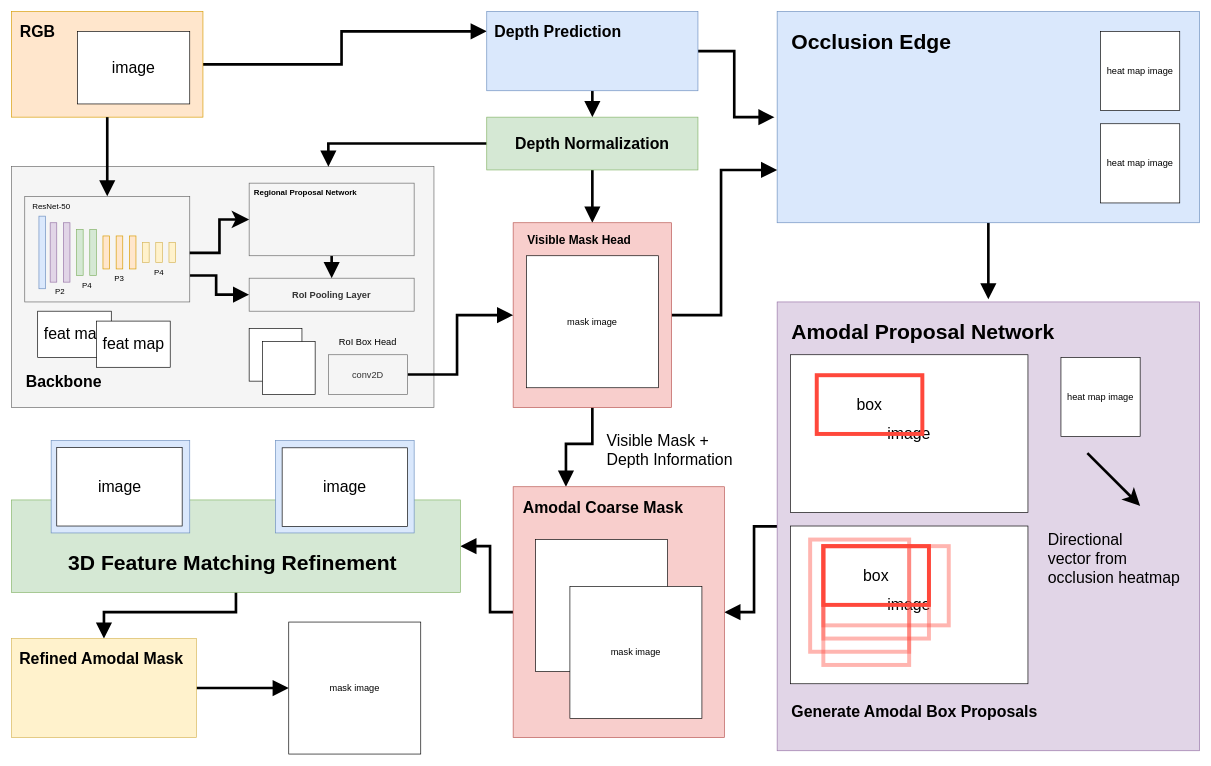
JingchengYang4/DAIS keeps this draw.io diagram as results/pipeline.drawio. Above is the earlier version. Source tidied: cells renumbered, new cells numbered last; positions are measured from the earlier drawing's top-left corner, leaving out a move shared by most shapes. Both pictures are drawn from the tidied source at 66%, with x=0, y=0 at pixel (11, 11).
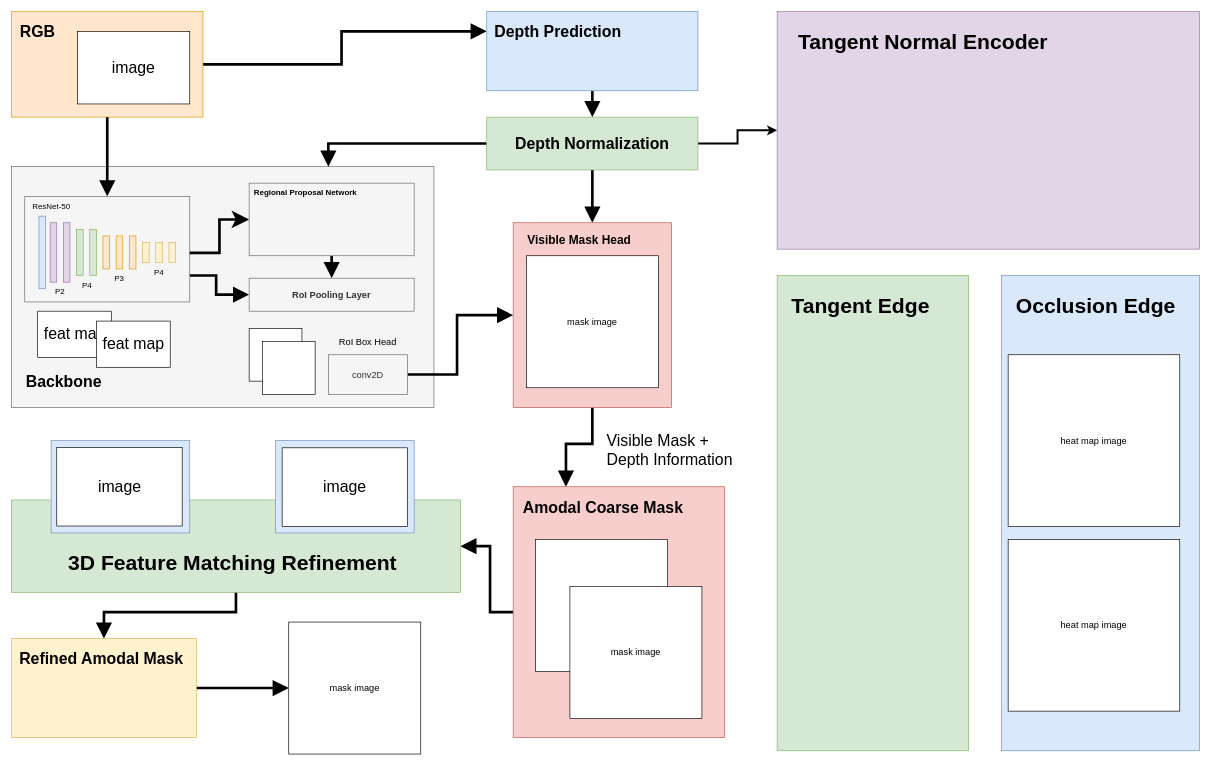
After the change.

Unchanged cells that the change refers to:
```xml
<mxCell id="6" style="rounded=0;whiteSpace=wrap;html=1;fillColor=#dae8fc;strokeColor=#6c8ebf;" parent="1" vertex="1">
  <mxGeometry x="720" width="320" height="120" as="geometry" />
</mxCell>
<mxCell id="11" value="&lt;font size=&quot;5&quot;&gt;&lt;b&gt;Depth Normalization&lt;/b&gt;&lt;/font&gt;" style="rounded=0;whiteSpace=wrap;html=1;fillColor=#d5e8d4;strokeColor=#82b366;" parent="1" vertex="1">
  <mxGeometry x="720" y="160" width="320" height="80" as="geometry" />
</mxCell>
<mxCell id="16" style="rounded=0;whiteSpace=wrap;html=1;fontSize=24;fillColor=#f8cecc;strokeColor=#b85450;" parent="1" vertex="1">
  <mxGeometry x="760" y="320" width="240" height="280" as="geometry" />
</mxCell>
<mxCell id="23" style="rounded=0;whiteSpace=wrap;html=1;fontSize=18;fillColor=#f8cecc;strokeColor=#b85450;" parent="1" vertex="1">
  <mxGeometry x="760" y="720" width="320" height="380" as="geometry" />
</mxCell>
```

The edit, as a diff of the source:
```diff
@@
-    <mxCell id="5" style="edgeStyle=orthogonalEdgeStyle;rounded=0;jumpSize=6;jettySize=auto;html=1;exitX=1;exitY=0.5;exitDx=0;exitDy=0;strokeColor=default;strokeWidth=4;fontSize=32;endArrow=block;endFill=1;startSize=4;endSize=14;targetPerimeterSpacing=4;elbow=vertical;" parent="1" edge="1" source="6" target="13">
-      <mxGeometry relative="1" as="geometry" />
-    </mxCell>
@@
+    <mxCell id="88" style="edgeStyle=orthogonalEdgeStyle;rounded=0;jettySize=auto;html=1;entryX=0;entryY=0.5;entryDx=0;entryDy=0;strokeWidth=3;" parent="1" edge="1" source="11" target="89">
+      <mxGeometry relative="1" as="geometry" />
+    </mxCell>
@@
-    <mxCell id="12" style="edgeStyle=orthogonalEdgeStyle;rounded=0;jumpSize=6;jettySize=auto;html=1;strokeColor=default;strokeWidth=4;fontSize=32;endArrow=block;endFill=1;startSize=4;endSize=14;targetPerimeterSpacing=4;elbow=vertical;" parent="1" edge="1" source="13" target="18">
-      <mxGeometry relative="1" as="geometry" />
-    </mxCell>
     <mxCell id="13" style="rounded=0;whiteSpace=wrap;html=1;fontSize=24;fillColor=#dae8fc;strokeColor=#6c8ebf;" parent="1" vertex="1">
-      <mxGeometry x="1160" width="640" height="320" as="geometry" />
+      <mxGeometry x="1500" y="400" width="300" height="720" as="geometry" />
     </mxCell>
-    <mxCell id="14" style="edgeStyle=orthogonalEdgeStyle;rounded=0;jumpSize=6;jettySize=auto;html=1;exitX=1;exitY=0.5;exitDx=0;exitDy=0;entryX=0;entryY=0.75;entryDx=0;entryDy=0;strokeColor=default;strokeWidth=4;fontSize=32;endArrow=block;endFill=1;startSize=4;endSize=14;targetPerimeterSpacing=4;elbow=vertical;" parent="1" edge="1" source="16" target="13">
-      <mxGeometry relative="1" as="geometry" />
-    </mxCell>
@@
-    <mxCell id="17" style="edgeStyle=orthogonalEdgeStyle;rounded=0;jumpSize=6;jettySize=auto;html=1;exitX=0;exitY=0.5;exitDx=0;exitDy=0;entryX=1;entryY=0.5;entryDx=0;entryDy=0;strokeColor=default;strokeWidth=4;fontSize=24;endArrow=block;endFill=1;startSize=4;endSize=14;targetPerimeterSpacing=4;elbow=vertical;" parent="1" edge="1" source="18" target="23">
-      <mxGeometry relative="1" as="geometry" />
-    </mxCell>
-    <mxCell id="18" style="whiteSpace=wrap;html=1;fontSize=24;fillColor=#e1d5e7;strokeColor=#9673a6;rounded=0;" parent="1" vertex="1">
-      <mxGeometry x="1160" y="440" width="640" height="680" as="geometry" />
-    </mxCell>
     <mxCell id="19" value="&lt;b&gt;&lt;font style=&quot;font-size: 32px;&quot;&gt;Occlusion Edge&lt;/font&gt;&lt;/b&gt;" style="text;html=1;align=left;verticalAlign=top;strokeColor=none;fillColor=none;fontSize=24;" parent="1" vertex="1">
-      <mxGeometry x="1180" y="20" width="270" height="50" as="geometry" />
+      <mxGeometry x="1520" y="420" width="270" height="50" as="geometry" />
     </mxCell>
-    <mxCell id="20" value="&lt;b&gt;&lt;font style=&quot;font-size: 32px;&quot;&gt;Amodal Proposal Network&lt;/font&gt;&lt;/b&gt;" style="text;html=1;align=left;verticalAlign=top;strokeColor=none;fillColor=none;fontSize=24;" parent="1" vertex="1">
-      <mxGeometry x="1180" y="460" width="420" height="50" as="geometry" />
-    </mxCell>
@@
     <mxCell id="67" value="heat map image" style="whiteSpace=wrap;html=1;fontSize=14;" parent="1" vertex="1">
-      <mxGeometry x="1650" y="30" width="120" height="120" as="geometry" />
+      <mxGeometry x="1510" y="520" width="260" height="260" as="geometry" />
     </mxCell>
@@
     <mxCell id="69" value="heat map image" style="whiteSpace=wrap;html=1;fontSize=14;" parent="1" vertex="1">
-      <mxGeometry x="1650" y="170" width="120" height="120" as="geometry" />
+      <mxGeometry x="1510" y="800" width="260" height="260" as="geometry" />
     </mxCell>
@@
-    <mxCell id="76" value="image" style="rounded=0;whiteSpace=wrap;html=1;fontSize=24;" parent="1" vertex="1">
-      <mxGeometry x="1180" y="520" width="360" height="239" as="geometry" />
-    </mxCell>
-    <mxCell id="77" value="box" style="rounded=0;whiteSpace=wrap;html=1;fontSize=24;fillColor=none;strokeColor=#FF483B;strokeWidth=6;" parent="1" vertex="1">
-      <mxGeometry x="1220" y="551" width="160" height="89" as="geometry" />
-    </mxCell>
-    <mxCell id="78" value="image" style="rounded=0;whiteSpace=wrap;html=1;fontSize=24;" parent="1" vertex="1">
-      <mxGeometry x="1180" y="779.5" width="360" height="239" as="geometry" />
-    </mxCell>
-    <mxCell id="79" value="box" style="rounded=0;whiteSpace=wrap;html=1;fontSize=24;fillColor=none;strokeColor=#FF483B;strokeWidth=6;" parent="1" vertex="1">
-      <mxGeometry x="1230" y="810" width="160" height="89" as="geometry" />
-    </mxCell>
-    <mxCell id="80" style="rounded=0;whiteSpace=wrap;html=1;fontSize=24;fillColor=none;strokeColor=#FF483B;strokeWidth=6;opacity=40;" parent="1" vertex="1">
-      <mxGeometry x="1210" y="800" width="150" height="170" as="geometry" />
-    </mxCell>
-    <mxCell id="81" style="rounded=0;whiteSpace=wrap;html=1;fontSize=24;fillColor=none;strokeColor=#FF483B;strokeWidth=6;opacity=40;" parent="1" vertex="1">
-      <mxGeometry x="1230" y="810" width="190" height="120" as="geometry" />
-    </mxCell>
-    <mxCell id="82" style="rounded=0;whiteSpace=wrap;html=1;fontSize=24;fillColor=none;strokeColor=#FF483B;strokeWidth=6;opacity=40;" parent="1" vertex="1">
-      <mxGeometry x="1230" y="810" width="160" height="140" as="geometry" />
-    </mxCell>
-    <mxCell id="83" style="rounded=0;whiteSpace=wrap;html=1;fontSize=24;fillColor=none;strokeColor=#FF483B;strokeWidth=6;opacity=40;" parent="1" vertex="1">
-      <mxGeometry x="1230" y="810" width="130" height="180" as="geometry" />
-    </mxCell>
-    <mxCell id="84" value="&lt;b style=&quot;font-size: 24px;&quot;&gt;&lt;font style=&quot;font-size: 24px;&quot;&gt;Generate Amodal Box Proposals&lt;/font&gt;&lt;/b&gt;" style="text;html=1;align=left;verticalAlign=top;strokeColor=none;fillColor=none;fontSize=24;" parent="1" vertex="1">
-      <mxGeometry x="1180" y="1040" width="400" height="40" as="geometry" />
-    </mxCell>
-    <mxCell id="85" value="heat map image" style="whiteSpace=wrap;html=1;fontSize=14;" parent="1" vertex="1">
-      <mxGeometry x="1590" y="524" width="120" height="120" as="geometry" />
-    </mxCell>
-    <mxCell id="86" style="endArrow=classic;html=1;rounded=0;strokeColor=default;strokeWidth=4;fontSize=24;startSize=4;endSize=14;targetPerimeterSpacing=4;elbow=vertical;jumpSize=6;" parent="1" edge="1">
-      <mxGeometry relative="1" as="geometry">
-        <mxPoint x="1630" y="669" as="sourcePoint" />
-        <mxPoint x="1710" y="749" as="targetPoint" />
-      </mxGeometry>
-    </mxCell>
-    <mxCell id="87" value="&lt;div style=&quot;text-align: left;&quot;&gt;Directional&lt;/div&gt;&lt;div style=&quot;text-align: left;&quot;&gt;vector from&lt;/div&gt;&lt;div style=&quot;text-align: left;&quot;&gt;occlusion heatmap&lt;/div&gt;" style="text;html=1;align=center;verticalAlign=middle;strokeColor=none;fillColor=none;fontSize=24;" parent="1" vertex="1">
-      <mxGeometry x="1560" y="779.5" width="220" height="100" as="geometry" />
-    </mxCell>
+    <mxCell id="89" style="rounded=0;whiteSpace=wrap;html=1;fontSize=24;fillColor=#e1d5e7;strokeColor=#9673a6;" parent="1" vertex="1">
+      <mxGeometry x="1160" width="640" height="360" as="geometry" />
+    </mxCell>
+    <mxCell id="90" value="&lt;b&gt;&lt;font style=&quot;font-size: 32px;&quot;&gt;Tangent Normal Encoder&lt;/font&gt;&lt;/b&gt;" style="text;html=1;align=left;verticalAlign=top;strokeColor=none;fillColor=none;fontSize=24;" parent="1" vertex="1">
+      <mxGeometry x="1190" y="20" width="400" height="50" as="geometry" />
+    </mxCell>
+    <mxCell id="91" style="rounded=0;whiteSpace=wrap;html=1;fontSize=24;fillColor=#d5e8d4;strokeColor=#82b366;" parent="1" vertex="1">
+      <mxGeometry x="1160" y="400" width="290" height="720" as="geometry" />
+    </mxCell>
+    <mxCell id="92" value="&lt;b&gt;&lt;font style=&quot;font-size: 32px;&quot;&gt;Tangent Edge&lt;/font&gt;&lt;/b&gt;" style="text;html=1;align=left;verticalAlign=top;strokeColor=none;fillColor=none;fontSize=24;" parent="1" vertex="1">
+      <mxGeometry x="1180" y="420" width="230" height="50" as="geometry" />
+    </mxCell>
```
